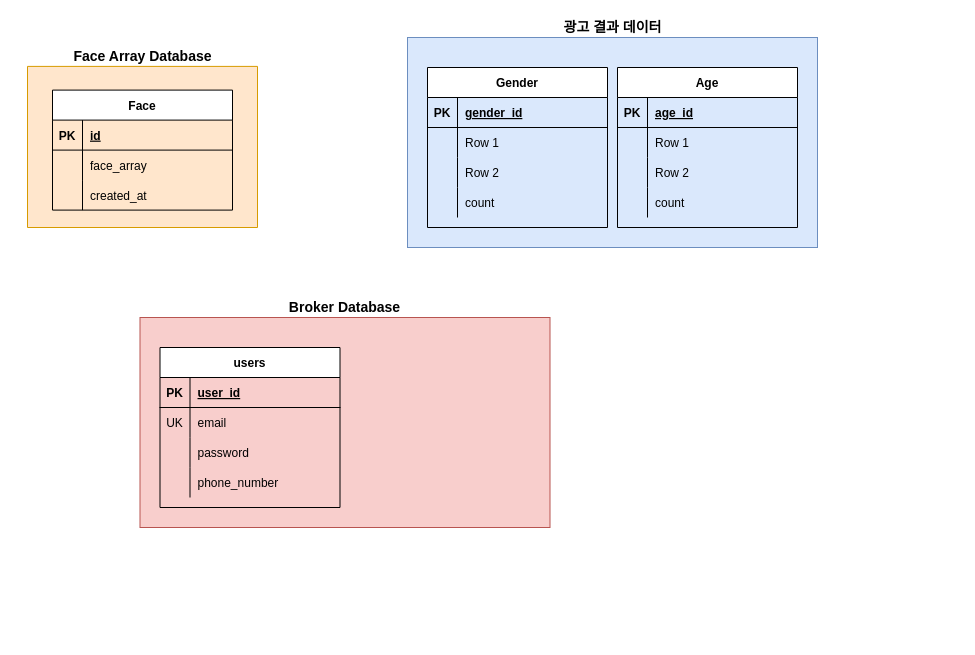
Before: AD_Databases.drawio in jaden7856/AD_Target_Architecture, a draw.io diagram. Source tidied: cells renumbered, new cells numbered last; positions are measured from the earlier drawing's top-left corner, leaving out a move shared by most shapes. Both pictures are drawn from the tidied source at 100%, with x=0, y=0 at pixel (17, 17).
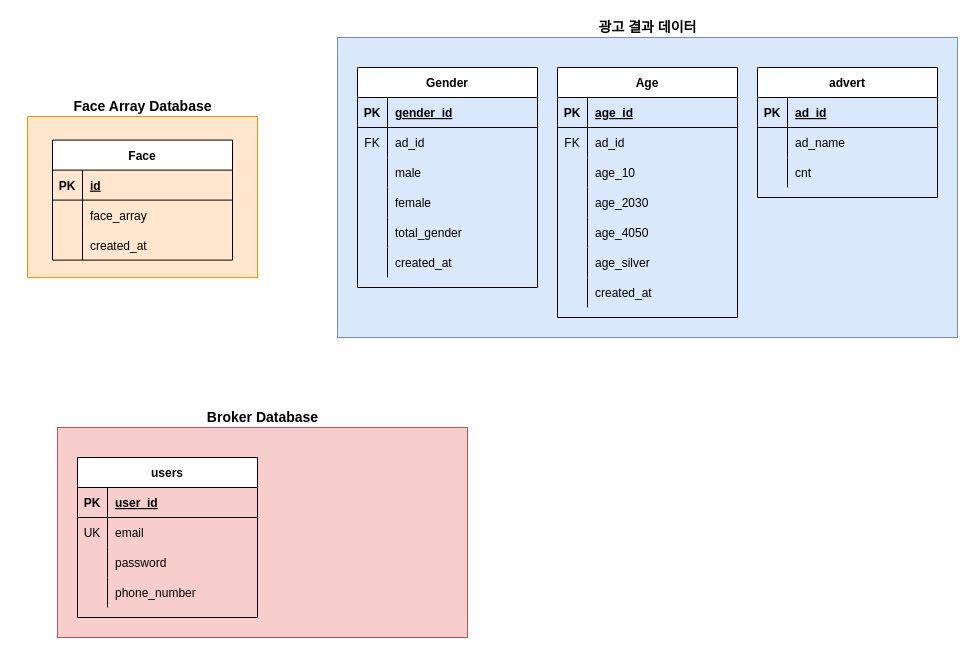
After the change.

Unchanged cells that the change refers to:
```xml
<mxCell id="3" style="group;" parent="1" vertex="1">
  <mxGeometry y="30" width="250" height="180" as="geometry" />
</mxCell>
```

The edit, as a diff of the source:
```diff
@@
     <mxCell id="2" style="rounded=0;whiteSpace=wrap;html=1;fillColor=#dae8fc;strokeColor=#6c8ebf;" parent="1" vertex="1">
-      <mxGeometry x="390" y="20" width="410" height="210" as="geometry" />
+      <mxGeometry x="320" y="20" width="620" height="300" as="geometry" />
     </mxCell>
@@
     <mxCell id="4" style="verticalLabelPosition=bottom;verticalAlign=top;html=1;shape=mxgraph.basic.rect;fillColor2=none;strokeWidth=1;size=20;indent=5;fillColor=#ffe6cc;strokeColor=#d79b00;" parent="3" vertex="1">
-      <mxGeometry x="10" y="18.9" width="230" height="161.1" as="geometry" />
+      <mxGeometry x="10" y="69" width="230" height="161.1" as="geometry" />
     </mxCell>
     <mxCell id="5" value="Face" style="shape=table;startSize=30;childLayout=tableLayout;rowLines=0;fontStyle=1;align=center;" parent="3" vertex="1">
-      <mxGeometry x="35" y="42.6" width="180" height="120" as="geometry" />
+      <mxGeometry x="35" y="92.6" width="180" height="120" as="geometry" />
     </mxCell>
@@
     <mxCell id="15" value="&lt;font style=&quot;font-size: 14px&quot;&gt;&lt;b&gt;Face Array Database&lt;/b&gt;&lt;/font&gt;" style="text;html=1;strokeColor=none;fillColor=none;align=center;verticalAlign=middle;whiteSpace=wrap;rounded=0;" parent="3" vertex="1">
-      <mxGeometry x="47.5" width="155" height="18.9" as="geometry" />
+      <mxGeometry x="47.5" y="50" width="155" height="18.9" as="geometry" />
     </mxCell>
     <mxCell id="16" value="Gender" style="shape=table;startSize=30;childLayout=tableLayout;rowLines=0;fontStyle=1;align=center;" parent="1" vertex="1">
-      <mxGeometry x="410" y="50" width="180" height="160" as="geometry" />
+      <mxGeometry x="340" y="50" width="180" height="220" as="geometry" />
     </mxCell>
@@
+    <mxCell id="23" style="shape=partialRectangle;fillColor=none;top=0;left=0;bottom=0;right=0;" parent="16" vertex="1">
+      <mxGeometry y="60" width="180" height="30" as="geometry" />
+    </mxCell>
+    <mxCell id="24" value="FK" style="shape=partialRectangle;fillColor=none;top=0;left=0;bottom=0;right=0;overflow=hidden;" parent="23" vertex="1">
+      <mxGeometry width="30" height="30" as="geometry" />
+    </mxCell>
+    <mxCell id="25" value="ad_id" style="shape=partialRectangle;fillColor=none;top=0;left=0;bottom=0;right=0;align=left;spacingLeft=6;overflow=hidden;" parent="23" vertex="1">
+      <mxGeometry x="30" width="150" height="30" as="geometry" />
+    </mxCell>
     <mxCell id="20" style="shape=partialRectangle;fillColor=none;top=0;left=0;bottom=0;right=0;" parent="16" vertex="1">
-      <mxGeometry y="60" width="180" height="30" as="geometry" />
+      <mxGeometry y="90" width="180" height="30" as="geometry" />
     </mxCell>
@@
-    <mxCell id="22" value="Row 1" style="shape=partialRectangle;fillColor=none;top=0;left=0;bottom=0;right=0;align=left;spacingLeft=6;overflow=hidden;" parent="20" vertex="1">
+    <mxCell id="22" value="male" style="shape=partialRectangle;fillColor=none;top=0;left=0;bottom=0;right=0;align=left;spacingLeft=6;overflow=hidden;" parent="20" vertex="1">
       <mxGeometry x="30" width="150" height="30" as="geometry" />
     </mxCell>
-    <mxCell id="23" style="shape=partialRectangle;fillColor=none;top=0;left=0;bottom=0;right=0;" parent="16" vertex="1">
-      <mxGeometry y="90" width="180" height="30" as="geometry" />
-    </mxCell>
-    <mxCell id="24" style="shape=partialRectangle;fillColor=none;top=0;left=0;bottom=0;right=0;overflow=hidden;" parent="23" vertex="1">
-      <mxGeometry width="30" height="30" as="geometry" />
-    </mxCell>
-    <mxCell id="25" value="Row 2" style="shape=partialRectangle;fillColor=none;top=0;left=0;bottom=0;right=0;align=left;spacingLeft=6;overflow=hidden;" parent="23" vertex="1">
-      <mxGeometry x="30" width="150" height="30" as="geometry" />
-    </mxCell>
+    <mxCell id="58" style="shape=partialRectangle;fillColor=none;top=0;left=0;bottom=0;right=0;" parent="16" vertex="1">
+      <mxGeometry y="120" width="180" height="30" as="geometry" />
+    </mxCell>
+    <mxCell id="59" style="shape=partialRectangle;fillColor=none;top=0;left=0;bottom=0;right=0;overflow=hidden;" parent="58" vertex="1">
+      <mxGeometry width="30" height="30" as="geometry" />
+    </mxCell>
+    <mxCell id="60" value="female" style="shape=partialRectangle;fillColor=none;top=0;left=0;bottom=0;right=0;align=left;spacingLeft=6;overflow=hidden;" parent="58" vertex="1">
+      <mxGeometry x="30" width="150" height="30" as="geometry" />
+    </mxCell>
+    <mxCell id="61" style="shape=partialRectangle;fillColor=none;top=0;left=0;bottom=0;right=0;" parent="16" vertex="1">
+      <mxGeometry y="150" width="180" height="30" as="geometry" />
+    </mxCell>
+    <mxCell id="62" style="shape=partialRectangle;fillColor=none;top=0;left=0;bottom=0;right=0;overflow=hidden;" parent="61" vertex="1">
+      <mxGeometry width="30" height="30" as="geometry" />
+    </mxCell>
+    <mxCell id="63" value="total_gender" style="shape=partialRectangle;fillColor=none;top=0;left=0;bottom=0;right=0;align=left;spacingLeft=6;overflow=hidden;" parent="61" vertex="1">
+      <mxGeometry x="30" width="150" height="30" as="geometry" />
+    </mxCell>
     <mxCell id="26" style="shape=partialRectangle;fillColor=none;top=0;left=0;bottom=0;right=0;" parent="16" vertex="1">
-      <mxGeometry y="120" width="180" height="30" as="geometry" />
+      <mxGeometry y="180" width="180" height="30" as="geometry" />
     </mxCell>
@@
-    <mxCell id="28" value="count" style="shape=partialRectangle;fillColor=none;top=0;left=0;bottom=0;right=0;align=left;spacingLeft=6;overflow=hidden;" parent="26" vertex="1">
+    <mxCell id="28" value="created_at" style="shape=partialRectangle;fillColor=none;top=0;left=0;bottom=0;right=0;align=left;spacingLeft=6;overflow=hidden;" parent="26" vertex="1">
       <mxGeometry x="30" width="150" height="30" as="geometry" />
     </mxCell>
     <mxCell id="29" value="Age" style="shape=table;startSize=30;childLayout=tableLayout;rowLines=0;fontStyle=1;align=center;" parent="1" vertex="1">
-      <mxGeometry x="600" y="50" width="180" height="160" as="geometry" />
+      <mxGeometry x="540" y="50" width="180" height="250" as="geometry" />
     </mxCell>
@@
+    <mxCell id="36" style="shape=partialRectangle;fillColor=none;top=0;left=0;bottom=0;right=0;" parent="29" vertex="1">
+      <mxGeometry y="60" width="180" height="30" as="geometry" />
+    </mxCell>
+    <mxCell id="37" value="FK" style="shape=partialRectangle;fillColor=none;top=0;left=0;bottom=0;right=0;overflow=hidden;" parent="36" vertex="1">
+      <mxGeometry width="30" height="30" as="geometry" />
+    </mxCell>
+    <mxCell id="38" value="ad_id" style="shape=partialRectangle;fillColor=none;top=0;left=0;bottom=0;right=0;align=left;spacingLeft=6;overflow=hidden;" parent="36" vertex="1">
+      <mxGeometry x="30" width="150" height="30" as="geometry" />
+    </mxCell>
     <mxCell id="33" style="shape=partialRectangle;fillColor=none;top=0;left=0;bottom=0;right=0;" parent="29" vertex="1">
-      <mxGeometry y="60" width="180" height="30" as="geometry" />
+      <mxGeometry y="90" width="180" height="30" as="geometry" />
     </mxCell>
@@
-    <mxCell id="35" value="Row 1" style="shape=partialRectangle;fillColor=none;top=0;left=0;bottom=0;right=0;align=left;spacingLeft=6;overflow=hidden;" parent="33" vertex="1">
+    <mxCell id="35" value="age_10" style="shape=partialRectangle;fillColor=none;top=0;left=0;bottom=0;right=0;align=left;spacingLeft=6;overflow=hidden;" parent="33" vertex="1">
       <mxGeometry x="30" width="150" height="30" as="geometry" />
     </mxCell>
-    <mxCell id="36" style="shape=partialRectangle;fillColor=none;top=0;left=0;bottom=0;right=0;" parent="29" vertex="1">
-      <mxGeometry y="90" width="180" height="30" as="geometry" />
-    </mxCell>
-    <mxCell id="37" style="shape=partialRectangle;fillColor=none;top=0;left=0;bottom=0;right=0;overflow=hidden;" parent="36" vertex="1">
-      <mxGeometry width="30" height="30" as="geometry" />
-    </mxCell>
-    <mxCell id="38" value="Row 2" style="shape=partialRectangle;fillColor=none;top=0;left=0;bottom=0;right=0;align=left;spacingLeft=6;overflow=hidden;" parent="36" vertex="1">
-      <mxGeometry x="30" width="150" height="30" as="geometry" />
-    </mxCell>
+    <mxCell id="64" style="shape=partialRectangle;fillColor=none;top=0;left=0;bottom=0;right=0;" parent="29" vertex="1">
+      <mxGeometry y="120" width="180" height="30" as="geometry" />
+    </mxCell>
+    <mxCell id="65" style="shape=partialRectangle;fillColor=none;top=0;left=0;bottom=0;right=0;overflow=hidden;" parent="64" vertex="1">
+      <mxGeometry width="30" height="30" as="geometry" />
+    </mxCell>
+    <mxCell id="66" value="age_2030" style="shape=partialRectangle;fillColor=none;top=0;left=0;bottom=0;right=0;align=left;spacingLeft=6;overflow=hidden;" parent="64" vertex="1">
+      <mxGeometry x="30" width="150" height="30" as="geometry" />
+    </mxCell>
+    <mxCell id="67" style="shape=partialRectangle;fillColor=none;top=0;left=0;bottom=0;right=0;" parent="29" vertex="1">
+      <mxGeometry y="150" width="180" height="30" as="geometry" />
+    </mxCell>
+    <mxCell id="68" style="shape=partialRectangle;fillColor=none;top=0;left=0;bottom=0;right=0;overflow=hidden;" parent="67" vertex="1">
+      <mxGeometry width="30" height="30" as="geometry" />
+    </mxCell>
+    <mxCell id="69" value="age_4050" style="shape=partialRectangle;fillColor=none;top=0;left=0;bottom=0;right=0;align=left;spacingLeft=6;overflow=hidden;" parent="67" vertex="1">
+      <mxGeometry x="30" width="150" height="30" as="geometry" />
+    </mxCell>
+    <mxCell id="70" style="shape=partialRectangle;fillColor=none;top=0;left=0;bottom=0;right=0;" parent="29" vertex="1">
+      <mxGeometry y="180" width="180" height="30" as="geometry" />
+    </mxCell>
+    <mxCell id="71" style="shape=partialRectangle;fillColor=none;top=0;left=0;bottom=0;right=0;overflow=hidden;" parent="70" vertex="1">
+      <mxGeometry width="30" height="30" as="geometry" />
+    </mxCell>
+    <mxCell id="72" value="age_silver" style="shape=partialRectangle;fillColor=none;top=0;left=0;bottom=0;right=0;align=left;spacingLeft=6;overflow=hidden;" parent="70" vertex="1">
+      <mxGeometry x="30" width="150" height="30" as="geometry" />
+    </mxCell>
     <mxCell id="39" style="shape=partialRectangle;fillColor=none;top=0;left=0;bottom=0;right=0;" parent="29" vertex="1">
-      <mxGeometry y="120" width="180" height="30" as="geometry" />
+      <mxGeometry y="210" width="180" height="30" as="geometry" />
     </mxCell>
@@
-    <mxCell id="41" value="count" style="shape=partialRectangle;fillColor=none;top=0;left=0;bottom=0;right=0;align=left;spacingLeft=6;overflow=hidden;" parent="39" vertex="1">
+    <mxCell id="41" value="created_at" style="shape=partialRectangle;fillColor=none;top=0;left=0;bottom=0;right=0;align=left;spacingLeft=6;overflow=hidden;" parent="39" vertex="1">
       <mxGeometry x="30" width="150" height="30" as="geometry" />
     </mxCell>
     <mxCell id="42" value="&lt;font style=&quot;font-size: 14px&quot;&gt;&lt;b&gt;광고 결과 데이터&lt;/b&gt;&lt;/font&gt;" style="text;html=1;strokeColor=none;fillColor=none;align=center;verticalAlign=middle;whiteSpace=wrap;rounded=0;" parent="1" vertex="1">
-      <mxGeometry x="532.5" width="125" height="20" as="geometry" />
+      <mxGeometry x="567.5" width="125" height="20" as="geometry" />
     </mxCell>
     <mxCell id="43" style="rounded=0;whiteSpace=wrap;html=1;fillColor=#f8cecc;strokeColor=#b85450;" parent="1" vertex="1">
-      <mxGeometry x="122.5" y="300" width="410" height="210" as="geometry" />
+      <mxGeometry x="40" y="410" width="410" height="210" as="geometry" />
     </mxCell>
     <mxCell id="44" value="users" style="shape=table;startSize=30;childLayout=tableLayout;rowLines=0;fontStyle=1;align=center;" parent="1" vertex="1">
-      <mxGeometry x="142.5" y="330" width="180" height="160" as="geometry" />
+      <mxGeometry x="60" y="440" width="180" height="160" as="geometry" />
     </mxCell>
@@
     <mxCell id="57" value="&lt;span style=&quot;font-size: 14px&quot;&gt;&lt;b&gt;Broker Database&lt;/b&gt;&lt;/span&gt;" style="text;html=1;strokeColor=none;fillColor=none;align=center;verticalAlign=middle;whiteSpace=wrap;rounded=0;" parent="1" vertex="1">
-      <mxGeometry x="265" y="280" width="125" height="20" as="geometry" />
+      <mxGeometry x="182.5" y="390" width="125" height="20" as="geometry" />
     </mxCell>
+    <mxCell id="73" value="advert" style="shape=table;startSize=30;childLayout=tableLayout;rowLines=0;fontStyle=1;align=center;" parent="1" vertex="1">
+      <mxGeometry x="740" y="50" width="180" height="130" as="geometry" />
+    </mxCell>
+    <mxCell id="74" style="shape=partialRectangle;fillColor=none;top=0;left=0;bottom=1;right=0;" parent="73" vertex="1">
+      <mxGeometry y="30" width="180" height="30" as="geometry" />
+    </mxCell>
+    <mxCell id="75" value="PK" style="shape=partialRectangle;fillColor=none;top=0;left=0;bottom=0;right=0;fontStyle=1;overflow=hidden;" parent="74" vertex="1">
+      <mxGeometry width="30" height="30" as="geometry" />
+    </mxCell>
+    <mxCell id="76" value="ad_id" style="shape=partialRectangle;fillColor=none;top=0;left=0;bottom=0;right=0;align=left;spacingLeft=6;fontStyle=5;overflow=hidden;" parent="74" vertex="1">
+      <mxGeometry x="30" width="150" height="30" as="geometry" />
+    </mxCell>
+    <mxCell id="77" style="shape=partialRectangle;fillColor=none;top=0;left=0;bottom=0;right=0;" parent="73" vertex="1">
+      <mxGeometry y="60" width="180" height="30" as="geometry" />
+    </mxCell>
+    <mxCell id="78" style="shape=partialRectangle;fillColor=none;top=0;left=0;bottom=0;right=0;overflow=hidden;" parent="77" vertex="1">
+      <mxGeometry width="30" height="30" as="geometry" />
+    </mxCell>
+    <mxCell id="79" value="ad_name" style="shape=partialRectangle;fillColor=none;top=0;left=0;bottom=0;right=0;align=left;spacingLeft=6;overflow=hidden;" parent="77" vertex="1">
+      <mxGeometry x="30" width="150" height="30" as="geometry" />
+    </mxCell>
+    <mxCell id="80" style="shape=partialRectangle;fillColor=none;top=0;left=0;bottom=0;right=0;" parent="73" vertex="1">
+      <mxGeometry y="90" width="180" height="30" as="geometry" />
+    </mxCell>
+    <mxCell id="81" style="shape=partialRectangle;fillColor=none;top=0;left=0;bottom=0;right=0;overflow=hidden;" parent="80" vertex="1">
+      <mxGeometry width="30" height="30" as="geometry" />
+    </mxCell>
+    <mxCell id="82" value="cnt" style="shape=partialRectangle;fillColor=none;top=0;left=0;bottom=0;right=0;align=left;spacingLeft=6;overflow=hidden;" parent="80" vertex="1">
+      <mxGeometry x="30" width="150" height="30" as="geometry" />
+    </mxCell>
```
